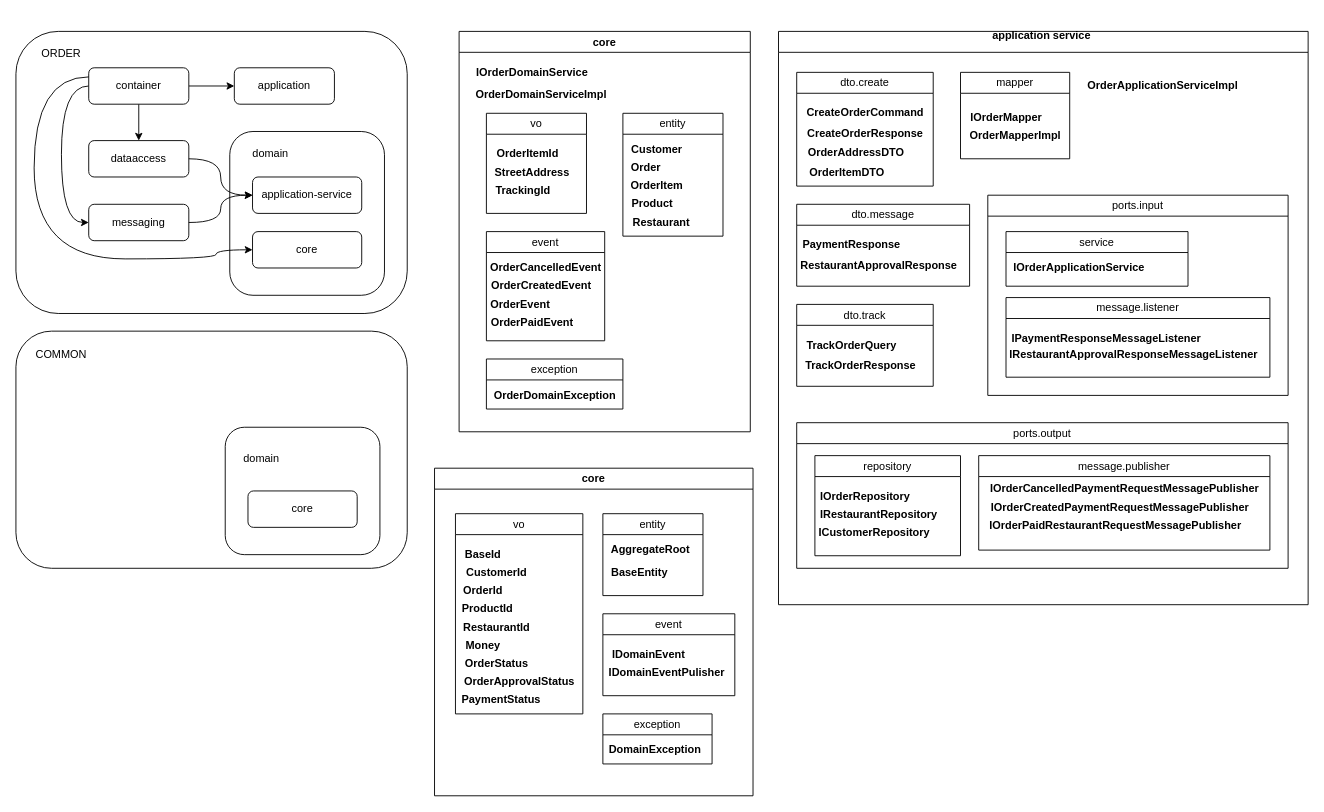
Above: page "Page-1" (1 of 2) of jays-fos-blueprint1.drawio in jays-codes/diagrams (draw.io), before the change. Source tidied: cells renumbered, new cells numbered last; positions are measured from the earlier drawing's top-left corner, leaving out a move shared by most shapes. Both pictures are drawn from the tidied source at 91%, with x=0, y=0 at pixel (15, 31).
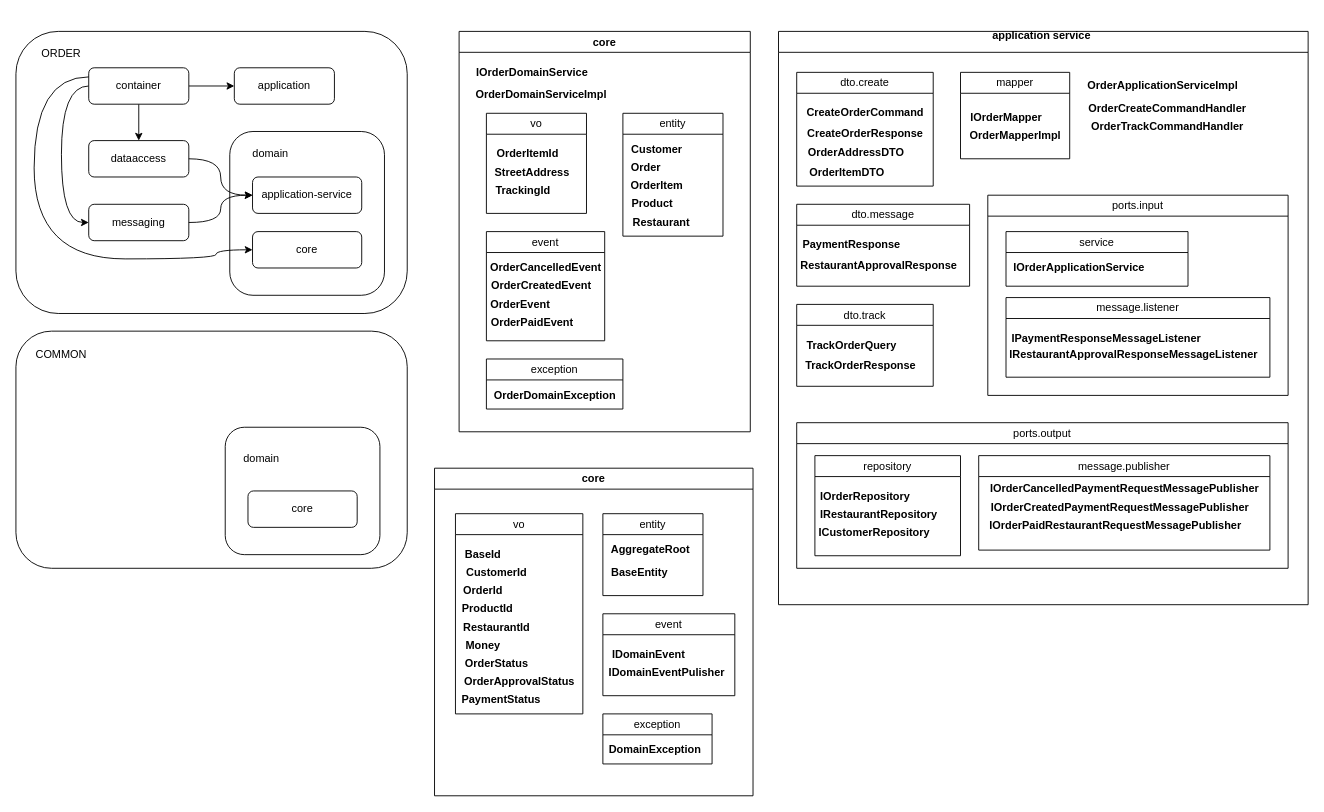
Above is the later version.

The change refers to these unchanged cells:
```xml
<mxCell id="2" value="&lt;br&gt;&lt;span style=&quot;background-color: initial;&quot;&gt;application service&amp;nbsp;&lt;/span&gt;&lt;br&gt;&lt;br&gt;&lt;div style=&quot;forced-color-adjust: none;&quot;&gt;&lt;br&gt;&lt;/div&gt;" style="swimlane;whiteSpace=wrap;html=1;align=center;startSize=23;" parent="1" vertex="1">
  <mxGeometry x="838" width="582" height="630" as="geometry" />
</mxCell>
```

Diff of the diagram source:
```diff
@@
+    <mxCell id="94" value="OrderCreateCommandHandler" style="text;html=1;align=center;verticalAlign=middle;strokeColor=none;fillColor=none;fontStyle=1;" parent="2" vertex="1">
+      <mxGeometry x="332" y="70" width="190" height="30" as="geometry" />
+    </mxCell>
+    <mxCell id="95" value="OrderTrackCommandHandler" style="text;html=1;align=center;verticalAlign=middle;strokeColor=none;fillColor=none;fontStyle=1;" parent="2" vertex="1">
+      <mxGeometry x="337" y="90" width="180" height="30" as="geometry" />
+    </mxCell>
```
